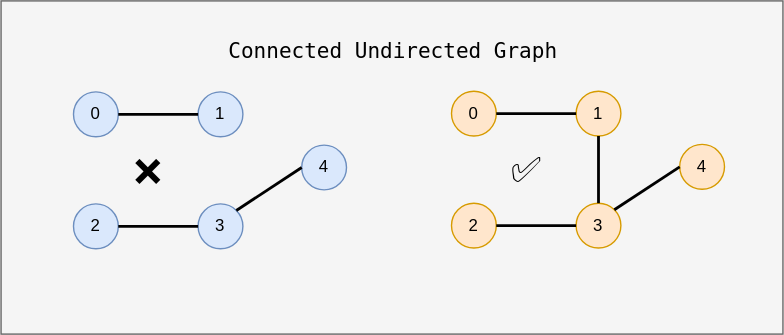
datkumar/code-journal keeps this draw.io diagram as public/diagrams/graph-example-connected-undirected.svg. Above is the earlier version. Source tidied: cells renumbered, new cells last; positions are measured from the earlier drawing's top-left corner, leaving out a move shared by most shapes.
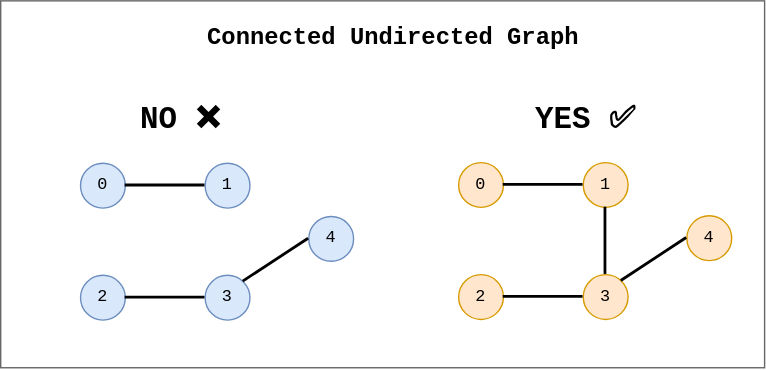
After the commit.

Change to the diagram source:
```diff
@@ -2,68 +2,68 @@
   <root>
     <mxCell id="0" />
     <mxCell id="1" parent="0" />
-    <mxCell id="2" style="rounded=0;whiteSpace=wrap;html=1;fillColor=#f5f5f5;fontColor=#333333;strokeColor=#666666;" parent="1" vertex="1">
-      <mxGeometry x="0.2" width="558.5" height="238" as="geometry" />
+    <mxCell id="2" style="rounded=0;whiteSpace=wrap;html=1;fillColor=light-dark(#FFFFFF,#FFFFFF);fontColor=light-dark(#000000,#000000);strokeColor=#666666;fontFamily=monospace;" parent="1" vertex="1">
+      <mxGeometry x="-5" y="-51" width="545.5" height="262" as="geometry" />
     </mxCell>
-    <mxCell id="3" value="0" style="ellipse;whiteSpace=wrap;html=1;fillColor=#dae8fc;strokeColor=#6c8ebf;fontColor=light-dark(#000000,#000000);" parent="1" vertex="1">
+    <mxCell id="3" value="0" style="ellipse;whiteSpace=wrap;html=1;fillColor=#dae8fc;strokeColor=#6c8ebf;fontColor=light-dark(#000000,#000000);fontFamily=monospace;" parent="1" vertex="1">
       <mxGeometry x="52" y="65" width="32" height="32" as="geometry" />
     </mxCell>
-    <mxCell id="4" value="1" style="ellipse;whiteSpace=wrap;html=1;fillColor=#dae8fc;strokeColor=#6c8ebf;fontColor=light-dark(#000000,#000000);" parent="1" vertex="1">
+    <mxCell id="4" value="1" style="ellipse;whiteSpace=wrap;html=1;fillColor=#dae8fc;strokeColor=#6c8ebf;fontColor=light-dark(#000000,#000000);fontFamily=monospace;" parent="1" vertex="1">
       <mxGeometry x="141" y="65" width="32" height="32" as="geometry" />
     </mxCell>
-    <mxCell id="5" value="2" style="ellipse;whiteSpace=wrap;html=1;fillColor=#dae8fc;strokeColor=#6c8ebf;fontColor=light-dark(#000000,#000000);" parent="1" vertex="1">
+    <mxCell id="5" value="2" style="ellipse;whiteSpace=wrap;html=1;fillColor=#dae8fc;strokeColor=#6c8ebf;fontColor=light-dark(#000000,#000000);fontFamily=monospace;" parent="1" vertex="1">
       <mxGeometry x="52" y="145" width="32" height="32" as="geometry" />
     </mxCell>
-    <mxCell id="6" value="3" style="ellipse;whiteSpace=wrap;html=1;fillColor=#dae8fc;strokeColor=#6c8ebf;fontColor=light-dark(#000000,#000000);" parent="1" vertex="1">
+    <mxCell id="6" value="3" style="ellipse;whiteSpace=wrap;html=1;fillColor=#dae8fc;strokeColor=#6c8ebf;fontColor=light-dark(#000000,#000000);fontFamily=monospace;" parent="1" vertex="1">
       <mxGeometry x="141" y="145" width="32" height="32" as="geometry" />
     </mxCell>
-    <mxCell id="7" value="4" style="ellipse;whiteSpace=wrap;html=1;fillColor=#dae8fc;strokeColor=#6c8ebf;fontColor=light-dark(#000000,#000000);" parent="1" vertex="1">
+    <mxCell id="7" value="4" style="ellipse;whiteSpace=wrap;html=1;fillColor=#dae8fc;strokeColor=#6c8ebf;fontColor=light-dark(#000000,#000000);fontFamily=monospace;" parent="1" vertex="1">
       <mxGeometry x="215" y="103" width="32" height="32" as="geometry" />
     </mxCell>
-    <mxCell id="8" style="endArrow=none;html=1;rounded=0;strokeWidth=2;exitX=1;exitY=0.5;exitDx=0;exitDy=0;entryX=0;entryY=0.5;entryDx=0;entryDy=0;strokeColor=light-dark(#000000,#000000);" parent="1" edge="1" source="3" target="4">
+    <mxCell id="8" style="endArrow=none;html=1;rounded=0;strokeWidth=2;exitX=1;exitY=0.5;exitDx=0;exitDy=0;entryX=0;entryY=0.5;entryDx=0;entryDy=0;strokeColor=light-dark(#000000,#000000);fontFamily=monospace;fontColor=light-dark(#000000,#000000);" parent="1" edge="1" source="3" target="4">
       <mxGeometry relative="1" as="geometry" />
     </mxCell>
-    <mxCell id="9" style="endArrow=none;html=1;rounded=0;strokeWidth=2;exitX=1;exitY=0.5;exitDx=0;exitDy=0;entryX=0;entryY=0.5;entryDx=0;entryDy=0;strokeColor=light-dark(#000000,#000000);" parent="1" edge="1" source="5" target="6">
+    <mxCell id="9" style="endArrow=none;html=1;rounded=0;strokeWidth=2;exitX=1;exitY=0.5;exitDx=0;exitDy=0;entryX=0;entryY=0.5;entryDx=0;entryDy=0;strokeColor=light-dark(#000000,#000000);fontFamily=monospace;fontColor=light-dark(#000000,#000000);" parent="1" edge="1" source="5" target="6">
       <mxGeometry relative="1" as="geometry" />
     </mxCell>
-    <mxCell id="10" style="endArrow=none;html=1;rounded=0;strokeWidth=2;exitX=1;exitY=0;exitDx=0;exitDy=0;entryX=0;entryY=0.5;entryDx=0;entryDy=0;strokeColor=light-dark(#000000,#000000);" parent="1" edge="1" source="6" target="7">
+    <mxCell id="10" style="endArrow=none;html=1;rounded=0;strokeWidth=2;exitX=1;exitY=0;exitDx=0;exitDy=0;entryX=0;entryY=0.5;entryDx=0;entryDy=0;strokeColor=light-dark(#000000,#000000);fontFamily=monospace;fontColor=light-dark(#000000,#000000);" parent="1" edge="1" source="6" target="7">
       <mxGeometry relative="1" as="geometry" />
     </mxCell>
-    <mxCell id="11" value="0" style="ellipse;whiteSpace=wrap;html=1;fillColor=#ffe6cc;strokeColor=#d79b00;fontColor=light-dark(#000000,#000000);" parent="1" vertex="1">
+    <mxCell id="11" value="0" style="ellipse;whiteSpace=wrap;html=1;fillColor=#ffe6cc;strokeColor=#d79b00;fontColor=light-dark(#000000,#000000);fontFamily=monospace;" parent="1" vertex="1">
       <mxGeometry x="322" y="64.5" width="32" height="32" as="geometry" />
     </mxCell>
-    <mxCell id="12" value="1" style="ellipse;whiteSpace=wrap;html=1;fillColor=#ffe6cc;strokeColor=#d79b00;fontColor=light-dark(#000000,#000000);" parent="1" vertex="1">
+    <mxCell id="12" value="1" style="ellipse;whiteSpace=wrap;html=1;fillColor=#ffe6cc;strokeColor=#d79b00;fontColor=light-dark(#000000,#000000);fontFamily=monospace;" parent="1" vertex="1">
       <mxGeometry x="411" y="64.5" width="32" height="32" as="geometry" />
     </mxCell>
-    <mxCell id="13" value="2" style="ellipse;whiteSpace=wrap;html=1;fillColor=#ffe6cc;strokeColor=#d79b00;fontColor=light-dark(#000000,#000000);" parent="1" vertex="1">
+    <mxCell id="13" value="2" style="ellipse;whiteSpace=wrap;html=1;fillColor=#ffe6cc;strokeColor=#d79b00;fontColor=light-dark(#000000,#000000);fontFamily=monospace;" parent="1" vertex="1">
       <mxGeometry x="322" y="144.5" width="32" height="32" as="geometry" />
     </mxCell>
-    <mxCell id="14" value="3" style="ellipse;whiteSpace=wrap;html=1;fillColor=#ffe6cc;strokeColor=#d79b00;fontColor=light-dark(#000000,#000000);" parent="1" vertex="1">
+    <mxCell id="14" value="3" style="ellipse;whiteSpace=wrap;html=1;fillColor=#ffe6cc;strokeColor=#d79b00;fontColor=light-dark(#000000,#000000);fontFamily=monospace;" parent="1" vertex="1">
       <mxGeometry x="411" y="144.5" width="32" height="32" as="geometry" />
     </mxCell>
-    <mxCell id="15" value="4" style="ellipse;whiteSpace=wrap;html=1;fillColor=#ffe6cc;strokeColor=#d79b00;fontColor=light-dark(#000000,#000000);" parent="1" vertex="1">
+    <mxCell id="15" value="4" style="ellipse;whiteSpace=wrap;html=1;fillColor=#ffe6cc;strokeColor=#d79b00;fontColor=light-dark(#000000,#000000);fontFamily=monospace;" parent="1" vertex="1">
       <mxGeometry x="485" y="102.5" width="32" height="32" as="geometry" />
     </mxCell>
-    <mxCell id="16" style="endArrow=none;html=1;rounded=0;strokeWidth=2;exitX=1;exitY=0.5;exitDx=0;exitDy=0;entryX=0;entryY=0.5;entryDx=0;entryDy=0;strokeColor=light-dark(#000000,#000000);" parent="1" edge="1" source="11" target="12">
+    <mxCell id="16" style="endArrow=none;html=1;rounded=0;strokeWidth=2;exitX=1;exitY=0.5;exitDx=0;exitDy=0;entryX=0;entryY=0.5;entryDx=0;entryDy=0;strokeColor=light-dark(#000000,#000000);fontFamily=monospace;fontColor=light-dark(#000000,#000000);" parent="1" edge="1" source="11" target="12">
       <mxGeometry relative="1" as="geometry" />
     </mxCell>
-    <mxCell id="17" style="endArrow=none;html=1;rounded=0;strokeWidth=2;exitX=1;exitY=0.5;exitDx=0;exitDy=0;entryX=0;entryY=0.5;entryDx=0;entryDy=0;strokeColor=light-dark(#000000,#000000);" parent="1" edge="1" source="13" target="14">
+    <mxCell id="17" style="endArrow=none;html=1;rounded=0;strokeWidth=2;exitX=1;exitY=0.5;exitDx=0;exitDy=0;entryX=0;entryY=0.5;entryDx=0;entryDy=0;strokeColor=light-dark(#000000,#000000);fontFamily=monospace;fontColor=light-dark(#000000,#000000);" parent="1" edge="1" source="13" target="14">
       <mxGeometry relative="1" as="geometry" />
     </mxCell>
-    <mxCell id="18" style="endArrow=none;html=1;rounded=0;strokeWidth=2;exitX=1;exitY=0;exitDx=0;exitDy=0;entryX=0;entryY=0.5;entryDx=0;entryDy=0;strokeColor=light-dark(#000000,#000000);" parent="1" edge="1" source="14" target="15">
+    <mxCell id="18" style="endArrow=none;html=1;rounded=0;strokeWidth=2;exitX=1;exitY=0;exitDx=0;exitDy=0;entryX=0;entryY=0.5;entryDx=0;entryDy=0;strokeColor=light-dark(#000000,#000000);fontFamily=monospace;fontColor=light-dark(#000000,#000000);" parent="1" edge="1" source="14" target="15">
       <mxGeometry relative="1" as="geometry" />
     </mxCell>
-    <mxCell id="19" style="endArrow=none;html=1;rounded=0;strokeWidth=2;entryX=0.5;entryY=1;entryDx=0;entryDy=0;strokeColor=light-dark(#000000,#000000);" parent="1" edge="1" source="14" target="12">
+    <mxCell id="19" style="endArrow=none;html=1;rounded=0;strokeWidth=2;entryX=0.5;entryY=1;entryDx=0;entryDy=0;strokeColor=light-dark(#000000,#000000);fontFamily=monospace;fontColor=light-dark(#000000,#000000);" parent="1" edge="1" source="14" target="12">
       <mxGeometry relative="1" as="geometry" />
     </mxCell>
-    <mxCell id="20" value="Connected Undirected Graph" style="text;html=1;align=center;verticalAlign=middle;strokeColor=none;fillColor=none;fontFamily=monospace;fontSize=15;fontColor=light-dark(#000000,#000000);" parent="1" vertex="1">
-      <mxGeometry x="153" y="20" width="253" height="30" as="geometry" />
+    <mxCell id="20" value="Connected Undirected Graph" style="text;html=1;align=center;verticalAlign=middle;strokeColor=none;fillColor=none;fontFamily=monospace;fontSize=17;fontColor=light-dark(#000000,#000000);fontStyle=1;" parent="1" vertex="1">
+      <mxGeometry x="133" y="-40" width="284" height="32" as="geometry" />
     </mxCell>
-    <mxCell id="21" value="✅" style="text;whiteSpace=wrap;html=1;fontSize=26;" parent="1" vertex="1">
-      <mxGeometry x="363" y="99" width="43" height="39" as="geometry" />
+    <mxCell id="21" value="YES ✅" style="text;whiteSpace=wrap;html=1;fontSize=22;fontColor=light-dark(#000000,#000000);fontFamily=monospace;fontStyle=1;" parent="1" vertex="1">
+      <mxGeometry x="375" y="15" width="102" height="39" as="geometry" />
     </mxCell>
-    <mxCell id="22" value="❌" style="text;whiteSpace=wrap;html=1;fontSize=26;" parent="1" vertex="1">
-      <mxGeometry x="94" y="99.5" width="43" height="39" as="geometry" />
+    <mxCell id="22" value="NO ❌" style="text;whiteSpace=wrap;html=1;fontSize=22;fontColor=light-dark(#000000,#000000);fontFamily=monospace;fontStyle=1;" parent="1" vertex="1">
+      <mxGeometry x="93" y="15" width="87" height="39" as="geometry" />
     </mxCell>
   </root>
 </mxGraphModel>
```
